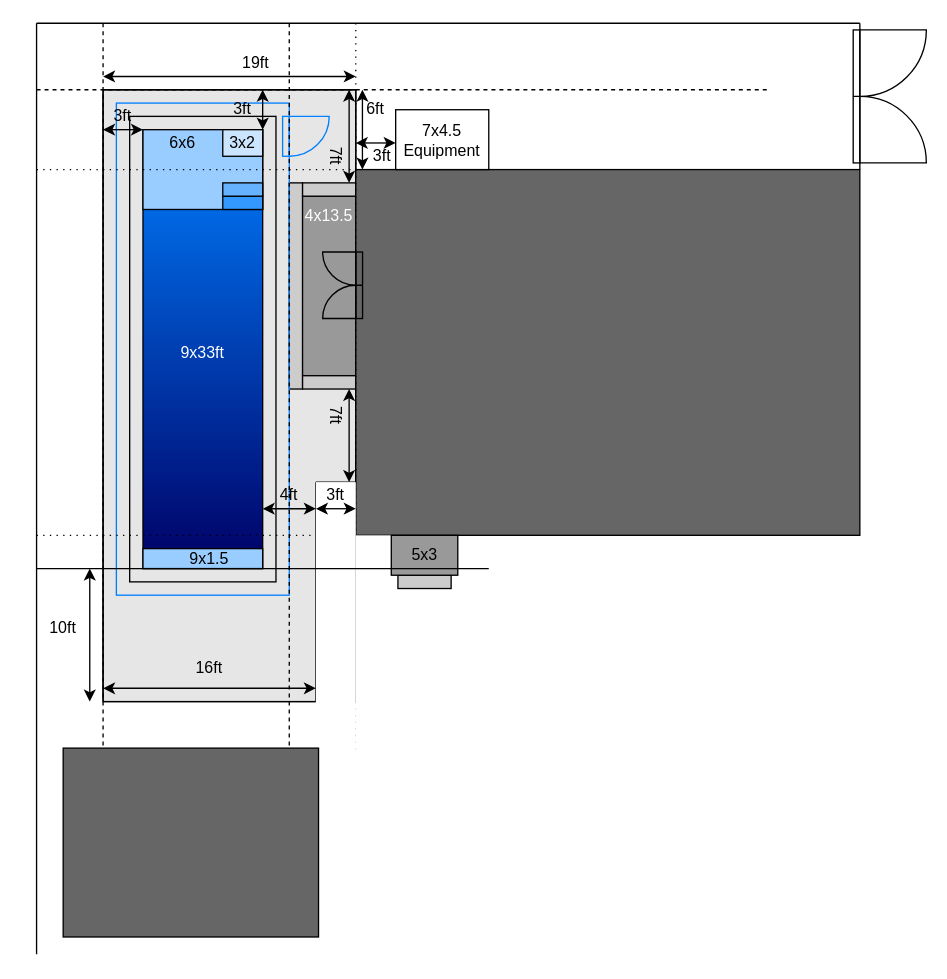
Earlier version of the draw.io diagram PoolPlan.drawio (hikumealan/draw-io-diagrams). Source tidied: cells renumbered, new cells numbered last; positions are measured from the earlier drawing's top-left corner, leaving out a move shared by most shapes. Both pictures are drawn from the tidied source at 133%, with x=0, y=0 at pixel (23, 23).
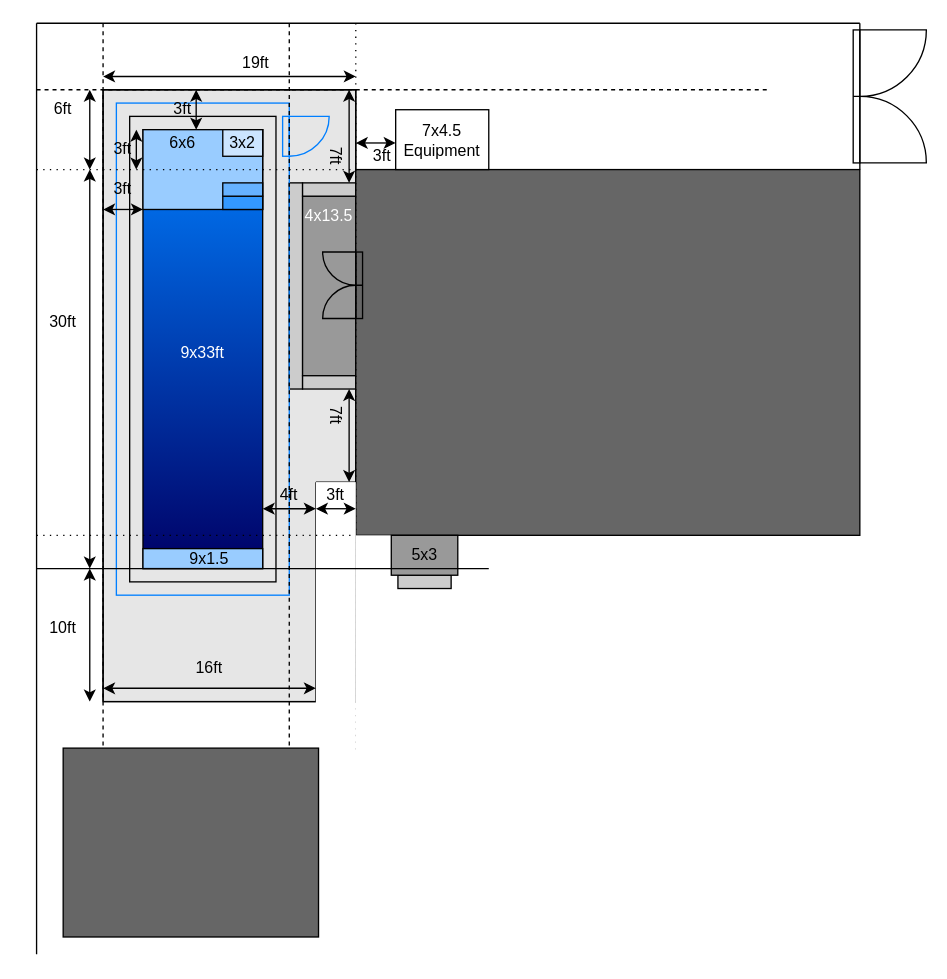
The same diagram, later.

What changed in the source:
```diff
@@
-    <mxCell id="25" style="endArrow=none;html=1;rounded=0;dashed=1;dashPattern=1 4;" parent="1" edge="1">
-      <mxGeometry relative="1" as="geometry">
-        <mxPoint x="10" y="385" as="sourcePoint" />
-        <mxPoint x="250" y="385" as="targetPoint" />
-      </mxGeometry>
-    </mxCell>
@@
     <mxCell id="49" style="endArrow=classic;startArrow=classic;html=1;rounded=0;fontColor=#FFFFFF;" parent="1" edge="1">
       <mxGeometry relative="1" as="geometry">
-        <mxPoint x="60" y="80" as="sourcePoint" />
-        <mxPoint x="90" y="80" as="targetPoint" />
+        <mxPoint x="60" y="140" as="sourcePoint" />
+        <mxPoint x="90" y="140" as="targetPoint" />
       </mxGeometry>
     </mxCell>
     <mxCell id="50" value="3ft" style="text;html=1;strokeColor=none;fillColor=none;align=center;verticalAlign=middle;whiteSpace=wrap;rounded=0;" parent="1" vertex="1">
-      <mxGeometry x="45" y="55" width="60" height="30" as="geometry" />
+      <mxGeometry x="45" y="110" width="60" height="30" as="geometry" />
     </mxCell>
     <mxCell id="51" style="endArrow=classic;startArrow=classic;html=1;rounded=0;fontColor=#FFFFFF;" parent="1" edge="1">
       <mxGeometry relative="1" as="geometry">
-        <mxPoint x="180" y="50" as="sourcePoint" />
-        <mxPoint x="180" y="80" as="targetPoint" />
+        <mxPoint x="130" y="50" as="sourcePoint" />
+        <mxPoint x="130" y="80" as="targetPoint" />
       </mxGeometry>
     </mxCell>
     <mxCell id="52" value="3ft" style="text;html=1;strokeColor=none;fillColor=none;align=center;verticalAlign=middle;whiteSpace=wrap;rounded=0;" parent="1" vertex="1">
-      <mxGeometry x="135" y="50" width="60" height="30" as="geometry" />
+      <mxGeometry x="90" y="50" width="60" height="30" as="geometry" />
     </mxCell>
@@
     <mxCell id="62" style="endArrow=classic;startArrow=classic;html=1;rounded=0;strokeColor=#000000;strokeWidth=1;" parent="1" edge="1">
       <mxGeometry relative="1" as="geometry">
-        <mxPoint x="255" y="50" as="sourcePoint" />
-        <mxPoint x="255" y="110" as="targetPoint" />
+        <mxPoint x="50" y="50" as="sourcePoint" />
+        <mxPoint x="50" y="110" as="targetPoint" />
       </mxGeometry>
     </mxCell>
     <mxCell id="63" value="6ft" style="text;html=1;strokeColor=none;fillColor=none;align=center;verticalAlign=middle;whiteSpace=wrap;rounded=0;" parent="1" vertex="1">
-      <mxGeometry x="235" y="50" width="60" height="30" as="geometry" />
+      <mxGeometry y="50" width="60" height="30" as="geometry" />
     </mxCell>
@@
+    <mxCell id="25" style="endArrow=none;html=1;rounded=0;dashed=1;dashPattern=1 4;" parent="1" edge="1">
+      <mxGeometry relative="1" as="geometry">
+        <mxPoint x="10" y="385" as="sourcePoint" />
+        <mxPoint x="250" y="385" as="targetPoint" />
+      </mxGeometry>
+    </mxCell>
+    <mxCell id="69" style="endArrow=classic;startArrow=classic;html=1;rounded=0;fontColor=#FFFFFF;" parent="1" edge="1">
+      <mxGeometry relative="1" as="geometry">
+        <mxPoint x="50" y="110" as="sourcePoint" />
+        <mxPoint x="50" y="410" as="targetPoint" />
+      </mxGeometry>
+    </mxCell>
+    <mxCell id="70" value="30ft" style="text;html=1;strokeColor=none;fillColor=none;align=center;verticalAlign=middle;whiteSpace=wrap;rounded=0;" parent="1" vertex="1">
+      <mxGeometry y="210" width="60" height="30" as="geometry" />
+    </mxCell>
+    <mxCell id="71" style="endArrow=classic;startArrow=classic;html=1;rounded=0;fontColor=#FFFFFF;" parent="1" edge="1">
+      <mxGeometry relative="1" as="geometry">
+        <mxPoint x="85" y="80" as="sourcePoint" />
+        <mxPoint x="85" y="110" as="targetPoint" />
+      </mxGeometry>
+    </mxCell>
+    <mxCell id="72" value="3ft" style="text;html=1;strokeColor=none;fillColor=none;align=center;verticalAlign=middle;whiteSpace=wrap;rounded=0;" parent="1" vertex="1">
+      <mxGeometry x="45" y="80" width="60" height="30" as="geometry" />
+    </mxCell>
```
